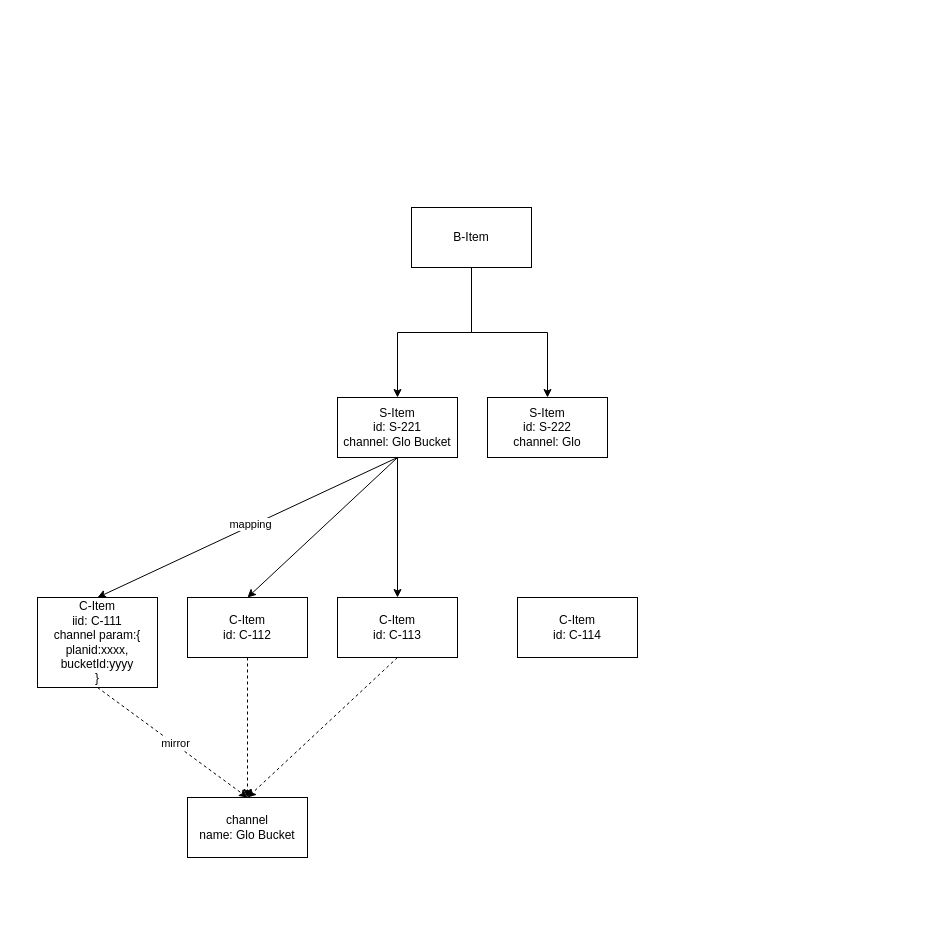
catface996/images keeps this draw.io diagram as Standard Item.drawio. Above is the earlier version. Source tidied: cells renumbered, new cells numbered last; positions are measured from the earlier drawing's top-left corner, leaving out a move shared by most shapes. Both pictures are drawn from the tidied source at 100%, with x=0, y=0 at pixel (37, 207).
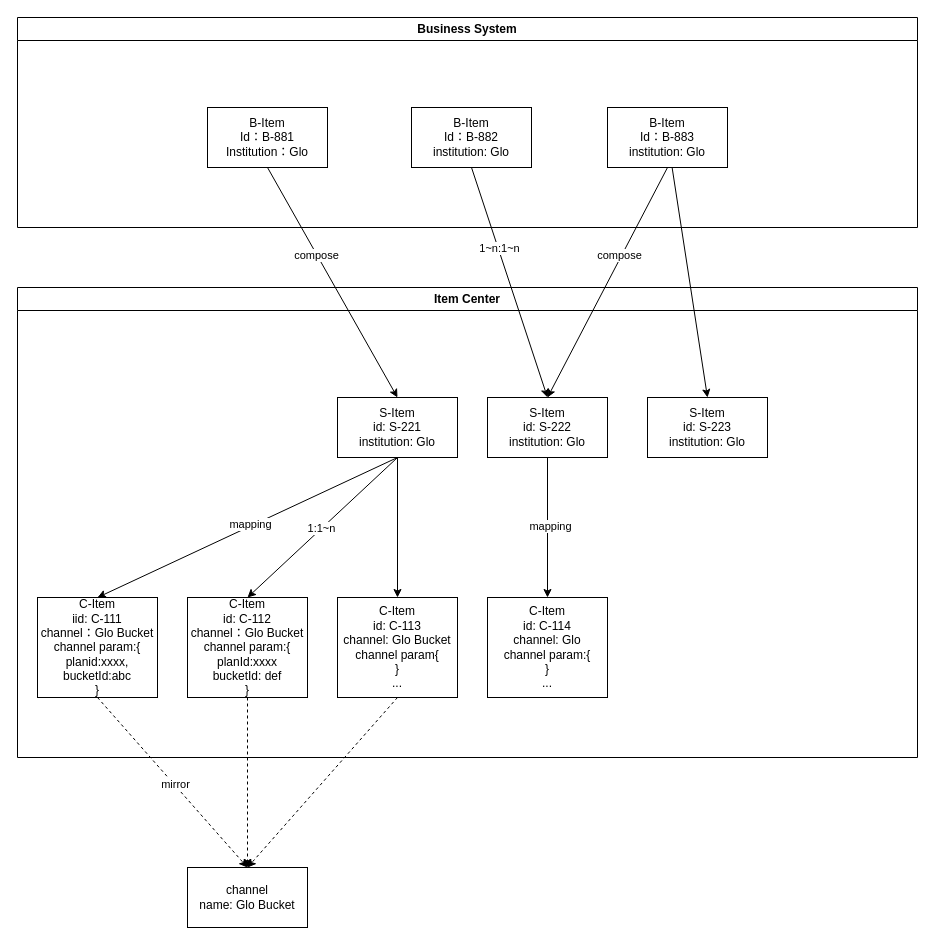
After the change.

Unchanged cells that the change refers to:
```xml
<mxCell id="7" style="rounded=0;jettySize=auto;html=1;entryX=0.5;entryY=0;entryDx=0;entryDy=0;exitX=0.5;exitY=1;exitDx=0;exitDy=0;" parent="1" edge="1" source="9" target="15">
  <mxGeometry relative="1" as="geometry" />
</mxCell>
```

Diff of the diagram source:
```diff
@@
-    <mxCell id="2" style="edgeStyle=orthogonalEdgeStyle;rounded=0;jettySize=auto;html=1;entryX=0.5;entryY=0;entryDx=0;entryDy=0;" parent="1" edge="1" source="4" target="9">
-      <mxGeometry relative="1" as="geometry" />
-    </mxCell>
+    <mxCell id="20" value="Item Center" style="swimlane;whiteSpace=wrap;html=1;" parent="1" vertex="1">
+      <mxGeometry x="-20" y="80" width="900" height="470" as="geometry" />
+    </mxCell>
+    <mxCell id="19" value="C-Item&lt;br&gt;id: C-114&lt;br&gt;channel: Glo&lt;br&gt;channel param:{&lt;br&gt;}&lt;br&gt;..." style="rounded=0;whiteSpace=wrap;html=1;" parent="20" vertex="1">
+      <mxGeometry x="470" y="310" width="120" height="100" as="geometry" />
+    </mxCell>
+    <mxCell id="21" value="S-Item&lt;br&gt;id: S-223&lt;br&gt;institution: Glo" style="rounded=0;whiteSpace=wrap;html=1;" parent="20" vertex="1">
+      <mxGeometry x="630" y="110" width="120" height="60" as="geometry" />
+    </mxCell>
-    <mxCell id="3" style="edgeStyle=orthogonalEdgeStyle;rounded=0;jettySize=auto;html=1;entryX=0.5;entryY=0;entryDx=0;entryDy=0;exitX=0.5;exitY=1;exitDx=0;exitDy=0;" parent="1" edge="1" source="4" target="18">
+    <mxCell id="3" style="rounded=0;jettySize=auto;html=1;entryX=0.5;entryY=0;entryDx=0;entryDy=0;exitX=0.5;exitY=1;exitDx=0;exitDy=0;" parent="1" edge="1" source="4" target="18">
       <mxGeometry relative="1" as="geometry" />
     </mxCell>
-    <mxCell id="4" value="B-Item" style="rounded=0;whiteSpace=wrap;html=1;" parent="1" vertex="1">
-      <mxGeometry x="374" width="120" height="60" as="geometry" />
-    </mxCell>
+    <mxCell id="22" value="1~n:1~n" style="edgeLabel;html=1;align=center;verticalAlign=middle;" parent="3" vertex="1">
+      <mxGeometry x="-0.3" y="1" relative="1" as="geometry" />
+    </mxCell>
@@
+    <mxCell id="23" value="1:1~n" style="edgeLabel;html=1;align=center;verticalAlign=middle;" parent="7" vertex="1">
+      <mxGeometry x="0.01" y="-1" relative="1" as="geometry" />
+    </mxCell>
@@
-    <mxCell id="9" value="S-Item&lt;br&gt;id: S-221&lt;br&gt;channel: Glo Bucket" style="rounded=0;whiteSpace=wrap;html=1;" parent="1" vertex="1">
+    <mxCell id="9" value="S-Item&lt;br&gt;id: S-221&lt;br&gt;institution: Glo" style="rounded=0;whiteSpace=wrap;html=1;" parent="1" vertex="1">
       <mxGeometry x="300" y="190" width="120" height="60" as="geometry" />
     </mxCell>
@@
-    <mxCell id="12" value="C-Item&lt;br&gt;iid: C-111&lt;br&gt;channel param:{&lt;br&gt;planid:xxxx,&lt;br&gt;bucketId:yyyy&lt;br&gt;}" style="rounded=0;whiteSpace=wrap;html=1;" parent="1" vertex="1">
-      <mxGeometry y="390" width="120" height="90" as="geometry" />
+    <mxCell id="12" value="C-Item&lt;br&gt;iid: C-111&lt;br&gt;channel：Glo Bucket&lt;br&gt;channel param:{&lt;br&gt;planid:xxxx,&lt;br&gt;bucketId:abc&lt;br&gt;}" style="rounded=0;whiteSpace=wrap;html=1;" parent="1" vertex="1">
+      <mxGeometry y="390" width="120" height="100" as="geometry" />
     </mxCell>
     <mxCell id="13" value="channel&lt;br&gt;name: Glo Bucket" style="rounded=0;whiteSpace=wrap;html=1;" parent="1" vertex="1">
-      <mxGeometry x="150" y="590" width="120" height="60" as="geometry" />
+      <mxGeometry x="150" y="660" width="120" height="60" as="geometry" />
     </mxCell>
@@
-    <mxCell id="15" value="C-Item&lt;br&gt;id: C-112" style="rounded=0;whiteSpace=wrap;html=1;" parent="1" vertex="1">
-      <mxGeometry x="150" y="390" width="120" height="60" as="geometry" />
+    <mxCell id="15" value="C-Item&lt;br&gt;id: C-112&lt;br&gt;channel：Glo Bucket&lt;br&gt;channel param:{&lt;br&gt;planId:xxxx&lt;br&gt;bucketId: def&lt;br&gt;}" style="rounded=0;whiteSpace=wrap;html=1;" parent="1" vertex="1">
+      <mxGeometry x="150" y="390" width="120" height="100" as="geometry" />
     </mxCell>
@@
-    <mxCell id="17" value="C-Item&lt;br&gt;id: C-113" style="rounded=0;whiteSpace=wrap;html=1;" parent="1" vertex="1">
-      <mxGeometry x="300" y="390" width="120" height="60" as="geometry" />
+    <mxCell id="17" value="C-Item&lt;br&gt;id: C-113&lt;br&gt;channel: Glo Bucket&lt;br&gt;channel param{&lt;br&gt;}&lt;br&gt;..." style="rounded=0;whiteSpace=wrap;html=1;" parent="1" vertex="1">
+      <mxGeometry x="300" y="390" width="120" height="100" as="geometry" />
     </mxCell>
+    <mxCell id="24" style="rounded=0;jettySize=auto;html=1;entryX=0.5;entryY=0;entryDx=0;entryDy=0;" parent="1" edge="1" source="18" target="19">
+      <mxGeometry relative="1" as="geometry" />
+    </mxCell>
+    <mxCell id="25" value="mapping" style="edgeLabel;html=1;align=center;verticalAlign=middle;" parent="24" vertex="1">
+      <mxGeometry x="-0.01" y="2" relative="1" as="geometry">
+        <mxPoint y="-1" as="offset" />
+      </mxGeometry>
+    </mxCell>
-    <mxCell id="18" value="S-Item&lt;br&gt;id: S-222&lt;br&gt;channel: Glo" style="rounded=0;whiteSpace=wrap;html=1;" parent="1" vertex="1">
+    <mxCell id="18" value="S-Item&lt;br&gt;id: S-222&lt;br&gt;institution: Glo" style="rounded=0;whiteSpace=wrap;html=1;" parent="1" vertex="1">
       <mxGeometry x="450" y="190" width="120" height="60" as="geometry" />
     </mxCell>
-    <mxCell id="19" value="C-Item&lt;br&gt;id: C-114" style="rounded=0;whiteSpace=wrap;html=1;" parent="1" vertex="1">
-      <mxGeometry x="480" y="390" width="120" height="60" as="geometry" />
-    </mxCell>
+    <mxCell id="26" value="Business System" style="swimlane;whiteSpace=wrap;html=1;" parent="1" vertex="1">
+      <mxGeometry x="-20" y="-190" width="900" height="210" as="geometry" />
+    </mxCell>
+    <mxCell id="4" value="B-Item&lt;br&gt;Id：B-882&lt;br&gt;institution: Glo" style="rounded=0;whiteSpace=wrap;html=1;" parent="26" vertex="1">
+      <mxGeometry x="394" y="90" width="120" height="60" as="geometry" />
+    </mxCell>
+    <mxCell id="27" value="B-Item&lt;br&gt;Id：B-883&lt;br&gt;institution: Glo" style="rounded=0;whiteSpace=wrap;html=1;" parent="26" vertex="1">
+      <mxGeometry x="590" y="90" width="120" height="60" as="geometry" />
+    </mxCell>
+    <mxCell id="28" value="B-Item&lt;br&gt;Id：B-881&lt;br&gt;Institution：Glo" style="rounded=0;whiteSpace=wrap;html=1;" parent="26" vertex="1">
+      <mxGeometry x="190" y="90" width="120" height="60" as="geometry" />
+    </mxCell>
+    <mxCell id="29" style="rounded=0;jettySize=auto;html=1;entryX=0.5;entryY=0;entryDx=0;entryDy=0;exitX=0.5;exitY=1;exitDx=0;exitDy=0;" parent="1" edge="1" source="28" target="9">
+      <mxGeometry relative="1" as="geometry" />
+    </mxCell>
+    <mxCell id="30" value="compose" style="edgeLabel;html=1;align=center;verticalAlign=middle;" parent="29" vertex="1">
+      <mxGeometry x="-0.24" y="-1" relative="1" as="geometry" />
+    </mxCell>
+    <mxCell id="31" style="rounded=0;jettySize=auto;html=1;entryX=0.5;entryY=0;entryDx=0;entryDy=0;exitX=0.5;exitY=1;exitDx=0;exitDy=0;" parent="1" edge="1" source="27" target="18">
+      <mxGeometry relative="1" as="geometry" />
+    </mxCell>
+    <mxCell id="32" value="compose" style="edgeLabel;html=1;align=center;verticalAlign=middle;" parent="31" vertex="1">
+      <mxGeometry x="-0.23" y="-2" relative="1" as="geometry" />
+    </mxCell>
+    <mxCell id="33" style="rounded=0;jettySize=auto;html=1;entryX=0.5;entryY=0;entryDx=0;entryDy=0;" parent="1" edge="1" source="27" target="21">
+      <mxGeometry relative="1" as="geometry" />
+    </mxCell>
```
